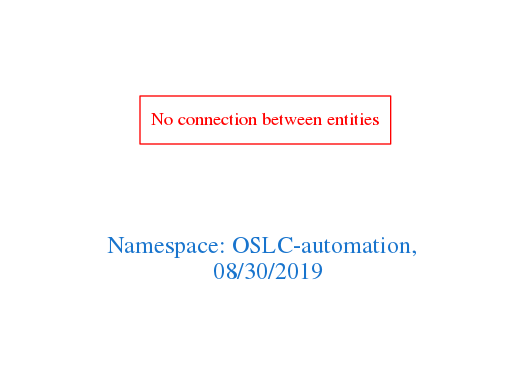
Above: downloads/OSLC-automation.png in arago/OGIT (Graphviz), before the change. Its source is kept beside it as downloads/OSLC-automation.dot.
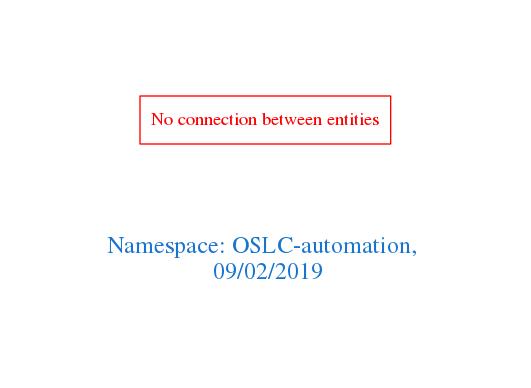
The same diagram one commit later.

Change to the diagram source:
```diff
@@ -1,7 +1,7 @@
 digraph OGIT_ontology {
  graph [ rankdir= LR,pad=1
 fontsize = 18,
-fontcolor= dodgerblue3,label = "\n\n\nNamespace: OSLC-automation, \n 08/30/2019"];
+fontcolor= dodgerblue3,label = "\n\n\nNamespace: OSLC-automation, \n 09/02/2019"];
 node[shape=polygon];
 edge [  color="gray81"];
 
```
